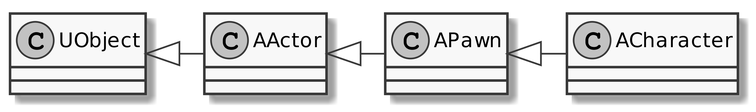
hoelzl/python-courses keeps this PlantUML diagram as En/Slides/module_210_design_patterns/img/PlantUML/ue-02.png. Above is the earlier version. Source of this version:
```plantuml
@startuml
skinparamlocked dpi 600
skinparamlocked monochrome true
skinparamlocked classFontName DejaVu Sans
skinparamlocked classAttributeFontName DejaVu Sans
class UObject
class AActor
class APawn
class ACharacter
UObject <|- AActor
AActor <|- APawn
APawn <|- ACharacter
@enduml
```
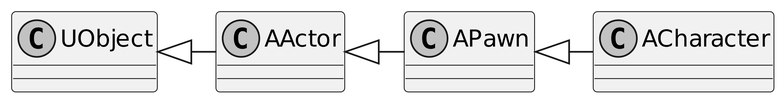
The same file after the commit.

Change to the diagram source:
```diff
@@ -1,8 +1,8 @@
 @startuml
 skinparamlocked dpi 600
 skinparamlocked monochrome true
-skinparamlocked classFontName DejaVu Sans
-skinparamlocked classAttributeFontName DejaVu Sans
+skinparamlocked classFontName "DejaVu Sans"
+skinparamlocked classAttributeFontName "DejaVu Sans"
 class UObject
 class AActor
 class APawn
```
